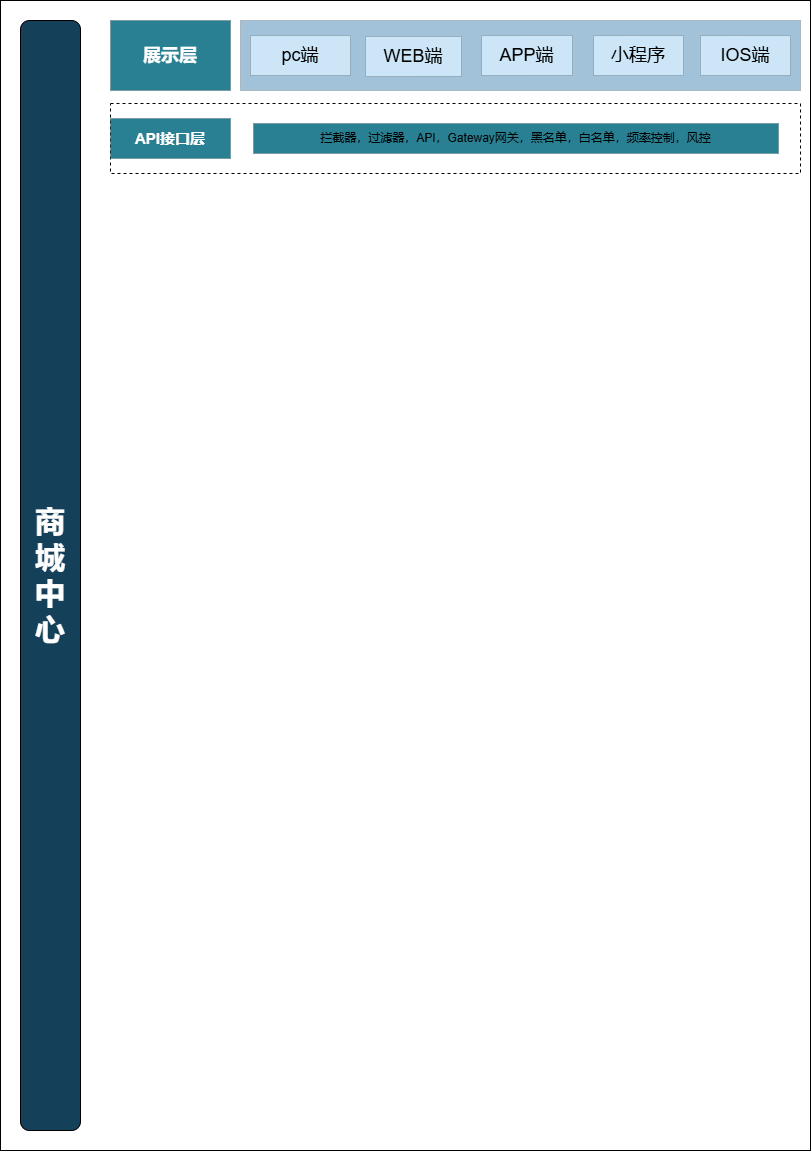
Earlier version of the draw.io export 商城/后台/商城系统/商城中心/商品中心.drawio.png (Wangdewei1/architecture-diagram). Source tidied: cells renumbered, new cells last; positions are measured from the earlier drawing's top-left corner, leaving out a move shared by most shapes.
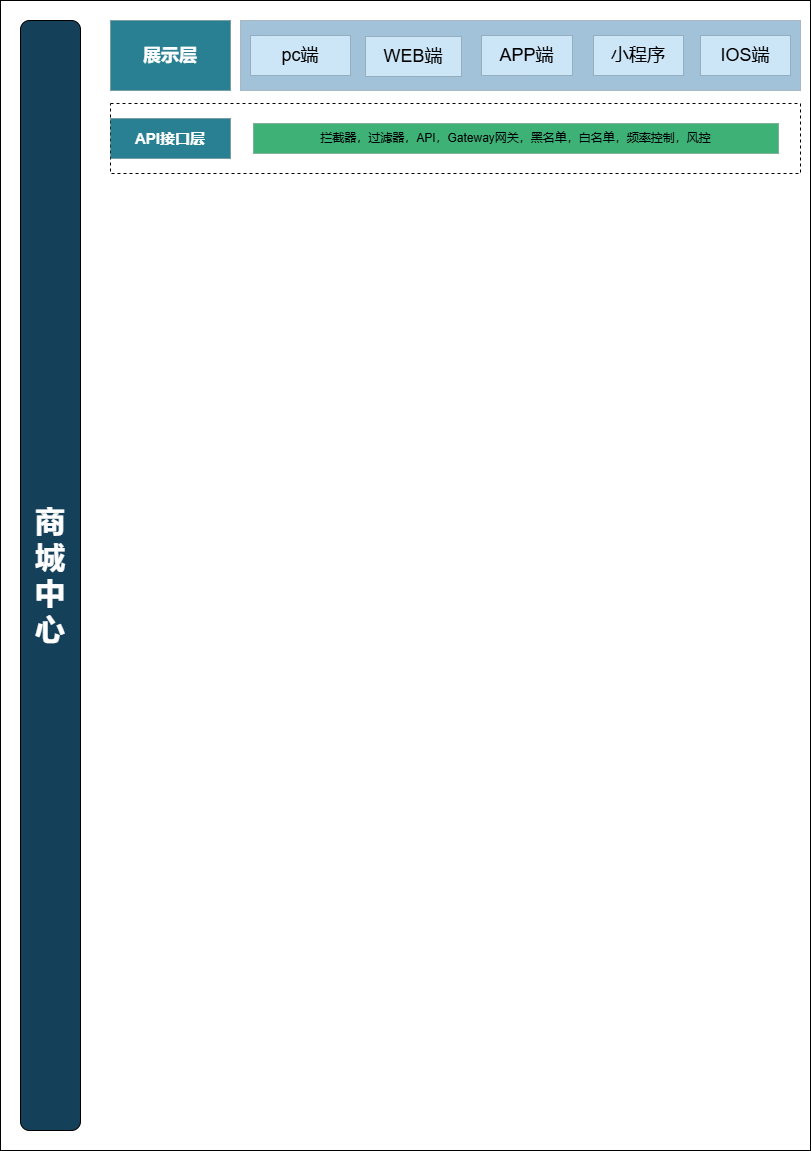
The same diagram one commit later.

Commit message:
更新商品中心.drawio.png

Diff of the diagram source:
```diff
@@ -35,7 +35,7 @@
     <mxCell id="12" value="&lt;b&gt;&lt;font style=&quot;color: rgb(255, 255, 255); font-size: 15px;&quot;&gt;API接口层&lt;/font&gt;&lt;/b&gt;" style="rounded=0;whiteSpace=wrap;html=1;fillColor=#288092;strokeColor=default;strokeWidth=0;" parent="1" vertex="1">
       <mxGeometry x="110" y="118" width="120" height="40" as="geometry" />
     </mxCell>
-    <mxCell id="13" value="拦截器，过滤器，API，Gateway网关，黑名单，白名单，频率控制，风控" style="rounded=0;whiteSpace=wrap;html=1;fillColor=#288092;strokeColor=default;strokeWidth=0;" parent="1" vertex="1">
+    <mxCell id="13" value="拦截器，过滤器，API，Gateway网关，黑名单，白名单，频率控制，风控" style="rounded=0;whiteSpace=wrap;html=1;fillColor=light-dark(#3eb177, #519dac);strokeColor=default;strokeWidth=0;" parent="1" vertex="1">
       <mxGeometry x="253" y="123" width="525" height="30" as="geometry" />
     </mxCell>
   </root>
```
